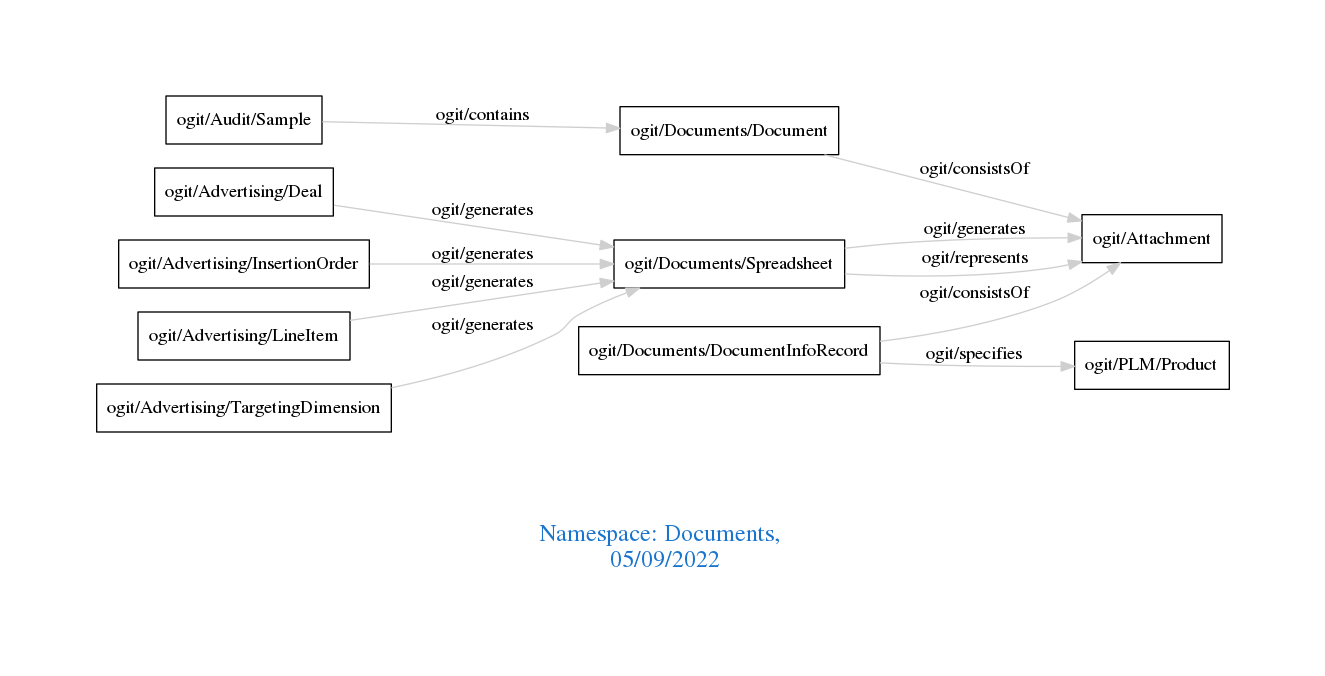
Before: downloads/Documents.png, a diagram exported from Graphviz (arago/OGIT). Its source is kept beside it as downloads/Documents.dot.
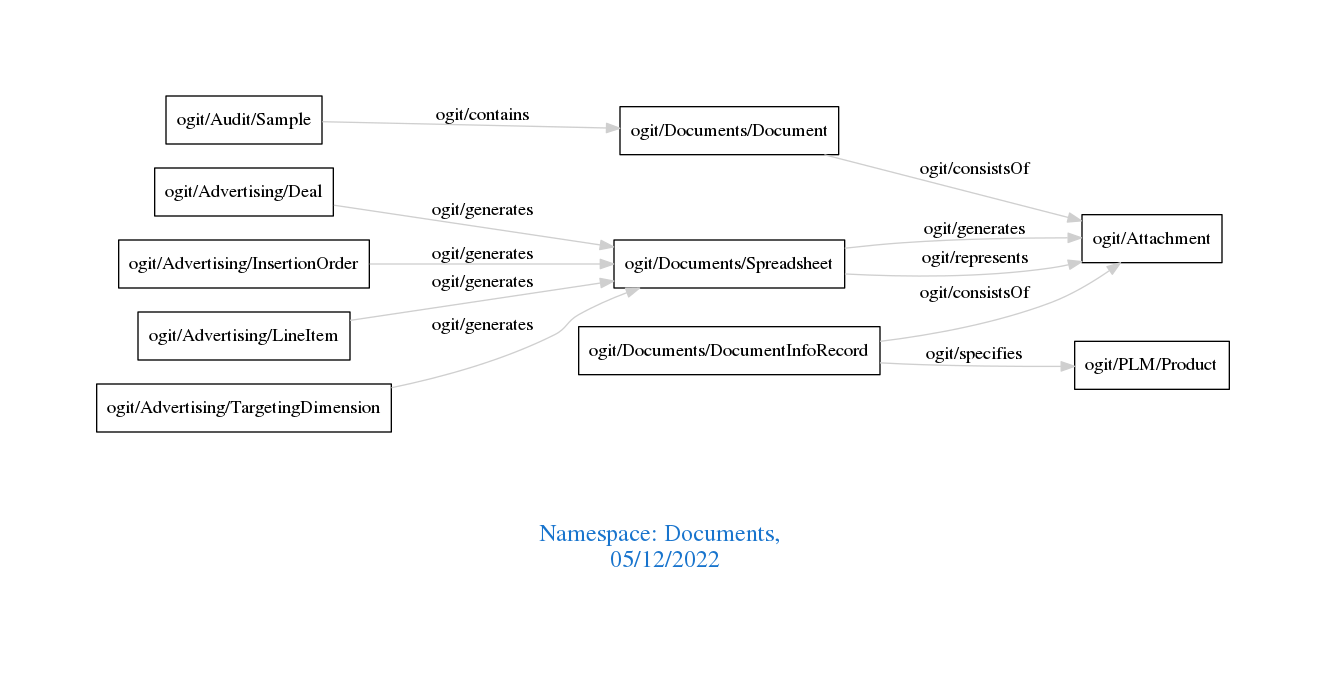
Later version of the same file.

Change to the diagram source:
```diff
@@ -1,7 +1,7 @@
 digraph OGIT_ontology {
  graph [ rankdir= LR,pad=1
 fontsize = 18,
-fontcolor= dodgerblue3,label = "\n\n\nNamespace: Documents, \n 05/09/2022"];
+fontcolor= dodgerblue3,label = "\n\n\nNamespace: Documents, \n 05/12/2022"];
 node[shape=polygon];
 edge [  color="gray81"];
 
```
